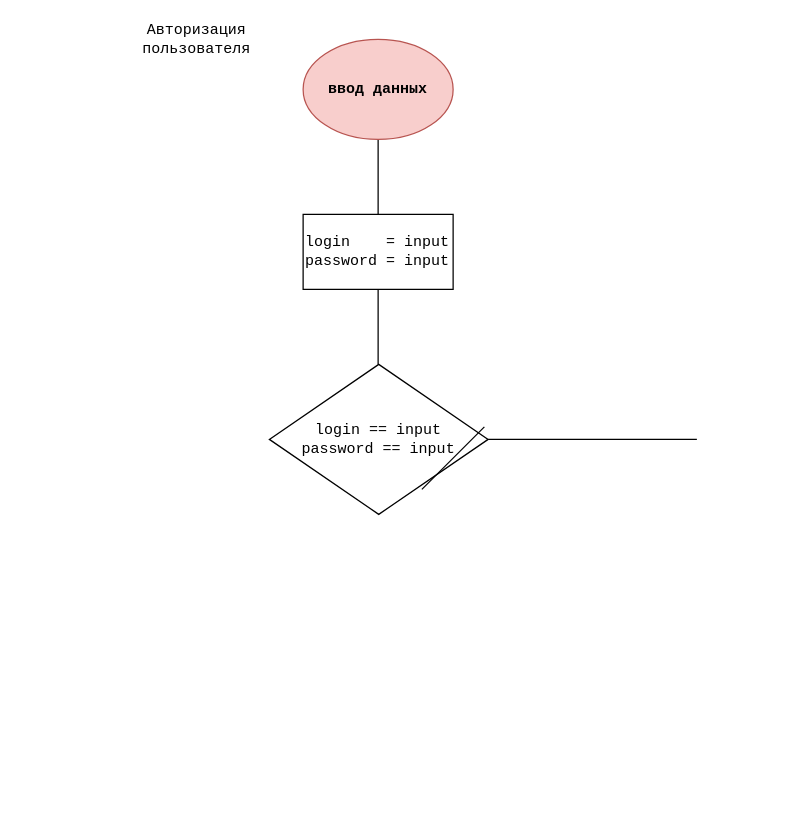
Before: Untitled Diagram.drawio in IvanBonchukov/bot, a draw.io diagram. Source tidied: cells renumbered, new cells numbered last; positions are measured from the earlier drawing's top-left corner, leaving out a move shared by most shapes. Both pictures are drawn from the tidied source at 125%, with x=0, y=0 at pixel (171, 26).
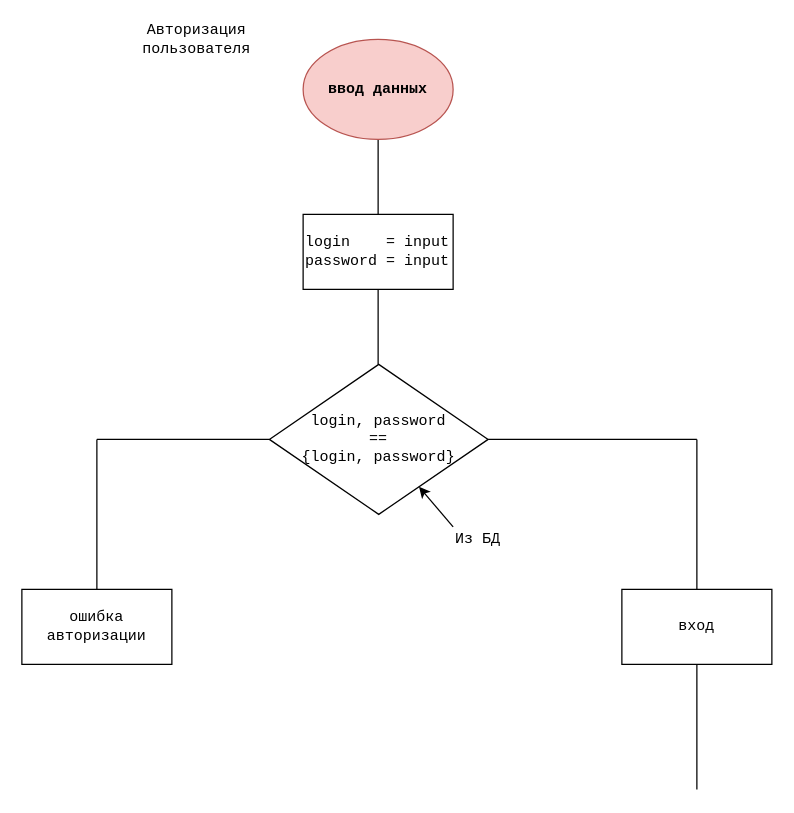
The same diagram, later.

The edit, as a diff of the source:
```diff
@@
-    <mxCell id="7" value="&lt;div&gt;login == input&lt;/div&gt;&lt;div&gt;password == input&lt;br&gt;&lt;/div&gt;" style="rhombus;whiteSpace=wrap;html=1;fontFamily=Courier New;" parent="1" vertex="1">
+    <mxCell id="7" value="&lt;div&gt;login, password&lt;/div&gt;&lt;div&gt; ==&lt;/div&gt;&lt;div&gt;{login, password}&lt;br&gt; &lt;/div&gt;" style="rhombus;whiteSpace=wrap;html=1;fontFamily=Courier New;" parent="1" vertex="1">
       <mxGeometry x="78" y="270" width="175" height="120" as="geometry" />
     </mxCell>
@@
-    <mxCell id="9" style="endArrow=none;html=1;fontFamily=Courier New;" parent="1" edge="1">
+    <mxCell id="9" style="endArrow=none;html=1;fontFamily=Courier New;entryX=0;entryY=0.5;entryDx=0;entryDy=0;" parent="1" edge="1" target="7">
       <mxGeometry relative="1" as="geometry">
-        <mxPoint x="200" y="370" as="sourcePoint" />
-        <mxPoint x="250" y="320" as="targetPoint" />
+        <mxPoint x="-60" y="330" as="sourcePoint" />
       </mxGeometry>
     </mxCell>
+    <mxCell id="10" value="ошибка авторизации" style="rounded=0;whiteSpace=wrap;html=1;fontFamily=Courier New;" parent="1" vertex="1">
+      <mxGeometry x="-120" y="450" width="120" height="60" as="geometry" />
+    </mxCell>
+    <mxCell id="11" value="вход" style="rounded=0;whiteSpace=wrap;html=1;fontFamily=Courier New;" parent="1" vertex="1">
+      <mxGeometry x="360" y="450" width="120" height="60" as="geometry" />
+    </mxCell>
+    <mxCell id="12" style="endArrow=none;html=1;fontFamily=Courier New;" parent="1" edge="1">
+      <mxGeometry relative="1" as="geometry">
+        <mxPoint x="-60" y="450" as="sourcePoint" />
+        <mxPoint x="-60" y="330" as="targetPoint" />
+      </mxGeometry>
+    </mxCell>
+    <mxCell id="13" style="endArrow=none;html=1;fontFamily=Courier New;" parent="1" edge="1">
+      <mxGeometry relative="1" as="geometry">
+        <mxPoint x="420" y="450" as="sourcePoint" />
+        <mxPoint x="420" y="330" as="targetPoint" />
+      </mxGeometry>
+    </mxCell>
+    <mxCell id="14" style="endArrow=none;html=1;fontFamily=Courier New;entryX=0.5;entryY=1;entryDx=0;entryDy=0;" parent="1" edge="1" target="11">
+      <mxGeometry relative="1" as="geometry">
+        <mxPoint x="420" y="610" as="sourcePoint" />
+      </mxGeometry>
+    </mxCell>
+    <mxCell id="15" value="Из БД" style="text;html=1;strokeColor=none;fillColor=none;align=center;verticalAlign=middle;whiteSpace=wrap;rounded=0;fontFamily=Courier New;" parent="1" vertex="1">
+      <mxGeometry x="225" y="400" width="40" height="20" as="geometry" />
+    </mxCell>
+    <mxCell id="16" style="endArrow=classic;html=1;fontFamily=Courier New;exitX=0;exitY=0;exitDx=0;exitDy=0;" parent="1" edge="1" source="15" target="7">
+      <mxGeometry relative="1" as="geometry" />
+    </mxCell>
```
